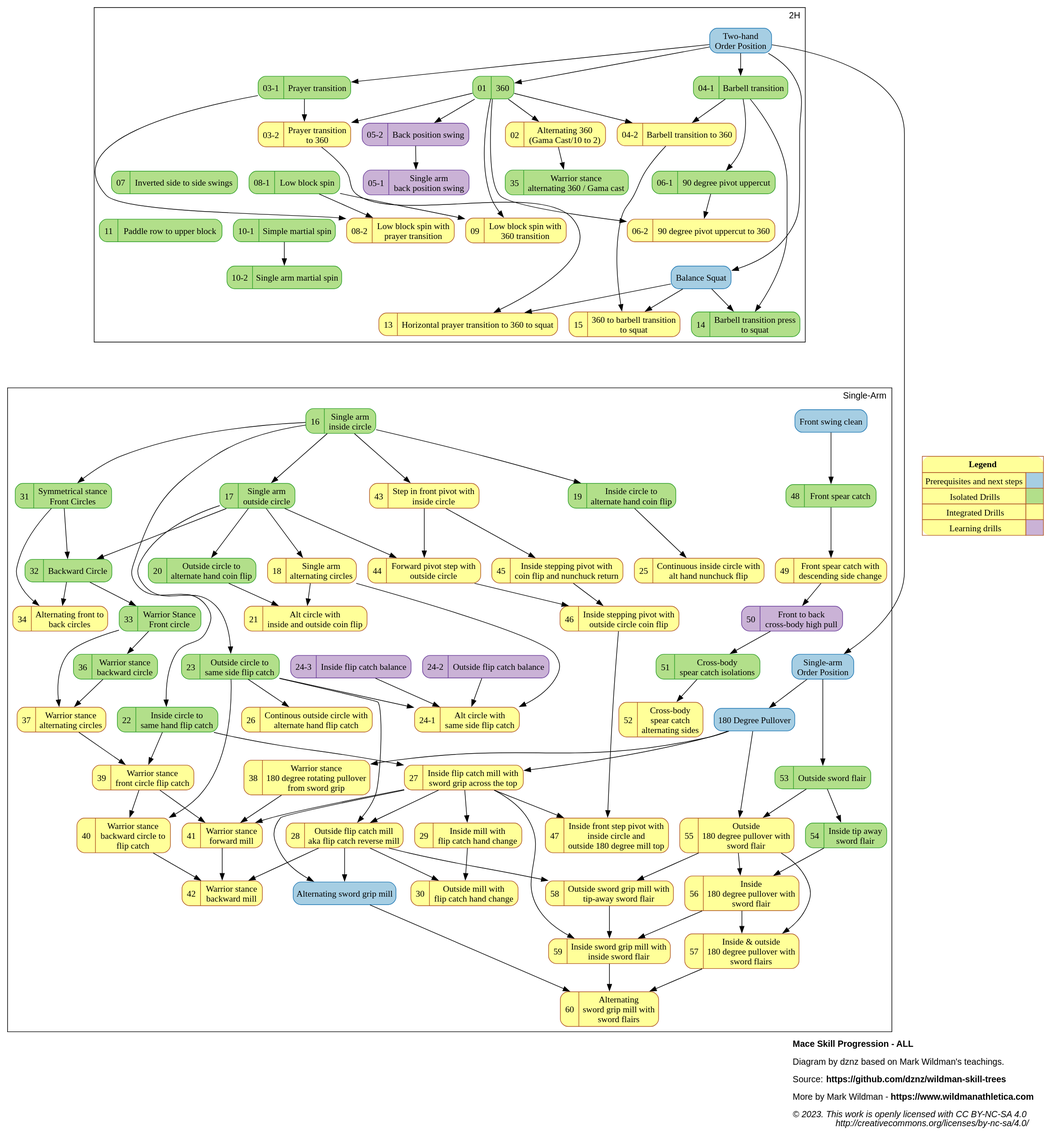
Earlier version of the PlantUML export dist/mace_progression_ALL.svg (dznz/wildman-skill-trees). Its source is kept beside it as src/mace/mace_progression_ALL.puml.
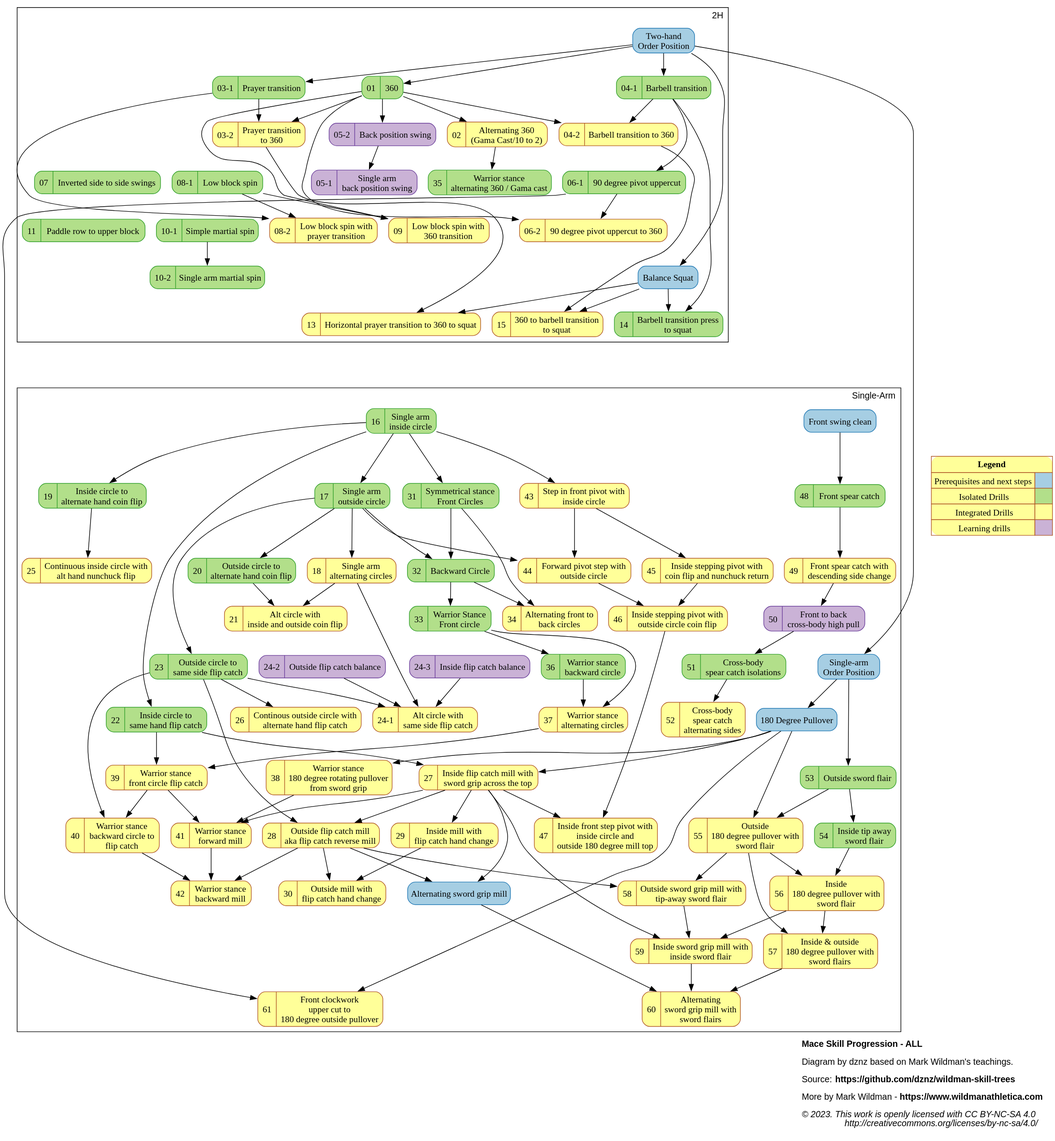
After the commit.

Commit message:
feat(mace_progression): add M-61

The edit, as a diff of the source:
```diff
@@ -110,13 +110,14 @@
 mov_52_altxbodspear            [label="{{52  |Cross-body\nspear catch\nalternating sides}}"                                   URL="https://www.youtube.com/watch?v=-Z8YfWYfepQ" ];
 mov_53_outswordflair           [label="{{53  |Outside sword flair}}"                                                          URL="https://www.youtube.com/watch?v=HxItsGvz-e4" ];
 
-mov_54_inswordflair            [label="{{54  |Inside tip away\nsword flair}}"                             URL="https://www.youtube.com/watch?v=8I7KaLuNaEs" ];
-mov_55_out180pullwflair        [label="{{55  |Outside\n180 degree pullover with\nsword flair}}"           URL="https://www.youtube.com/watch?v=hh3393-eXrs" ];
-mov_56_in180pullwflair         [label="{{56  |Inside\n180 degree pullover with\nsword flair}}"            URL="https://www.youtube.com/watch?v=Sqw6YyBTgOQ" ];
-mov_57_alt180pullwflair        [label="{{57  |Inside & outside\n180 degree pullover with\nsword flairs}}" URL="https://www.youtube.com/watch?v=XriSUPQ4Ql4" ];
-mov_58_outswordmillwflair      [label="{{58  |Outside sword grip mill with\ntip-away sword flair}}"       URL="https://www.youtube.com/watch?v=bKldH_In6SI" ];
-mov_59_inswordmillwflair       [label="{{59  |Inside sword grip mill with\ninside sword flair}}"          URL="https://www.youtube.com/watch?v=uMLwGxhbt2Y" ];
-mov_60_altswordmillwflair      [label="{{60  |Alternating\nsword grip mill with\nsword flairs}}"          URL="https://www.youtube.com/watch?v=_GBln0VGekg" ];
+mov_54_inswordflair            [label="{{54  |Inside tip away\nsword flair}}"                                        URL="https://www.youtube.com/watch?v=8I7KaLuNaEs" ];
+mov_55_out180pullwflair        [label="{{55  |Outside\n180 degree pullover with\nsword flair}}"                      URL="https://www.youtube.com/watch?v=hh3393-eXrs" ];
+mov_56_in180pullwflair         [label="{{56  |Inside\n180 degree pullover with\nsword flair}}"                       URL="https://www.youtube.com/watch?v=Sqw6YyBTgOQ" ];
+mov_57_alt180pullwflair        [label="{{57  |Inside & outside\n180 degree pullover with\nsword flairs}}"            URL="https://www.youtube.com/watch?v=XriSUPQ4Ql4" ];
+mov_58_outswordmillwflair      [label="{{58  |Outside sword grip mill with\ntip-away sword flair}}"                  URL="https://www.youtube.com/watch?v=bKldH_In6SI" ];
+mov_59_inswordmillwflair       [label="{{59  |Inside sword grip mill with\ninside sword flair}}"                     URL="https://www.youtube.com/watch?v=uMLwGxhbt2Y" ];
+mov_60_altswordmillwflair      [label="{{60  |Alternating\nsword grip mill with\nsword flairs}}"                     URL="https://www.youtube.com/watch?v=_GBln0VGekg" ];
+mov_61_clockupper2180outpull   [label="{{61  |Front clockwork\nupper cut to\n180 degree outside pullover}}"          URL="https://www.youtube.com/watch?v=XP7abuBs_V0" ];
 
 // Ungrouped arrows
 
@@ -203,11 +204,15 @@
     {mov_27_inflip180pull, mov_56_in180pullwflair, mov_58_outswordmillwflair} -> mov_59_inswordmillwflair
     {ext_altmill, mov_57_alt180pullwflair, mov_59_inswordmillwflair} -> mov_60_altswordmillwflair
 
+    {ext_180pull} -> mov_61_clockupper2180outpull
+
     {rank=same;mov_23_outcircle2sameflip;mov_36_warbkcircle}
+    {rank=same;mov_60_altswordmillwflair,mov_61_clockupper2180outpull}
   }
 
 
-
+  // 2h -> sa
+  mov_061_uppercut -> mov_61_clockupper2180outpull
 
 
   subgraph cluster_2h {
```
